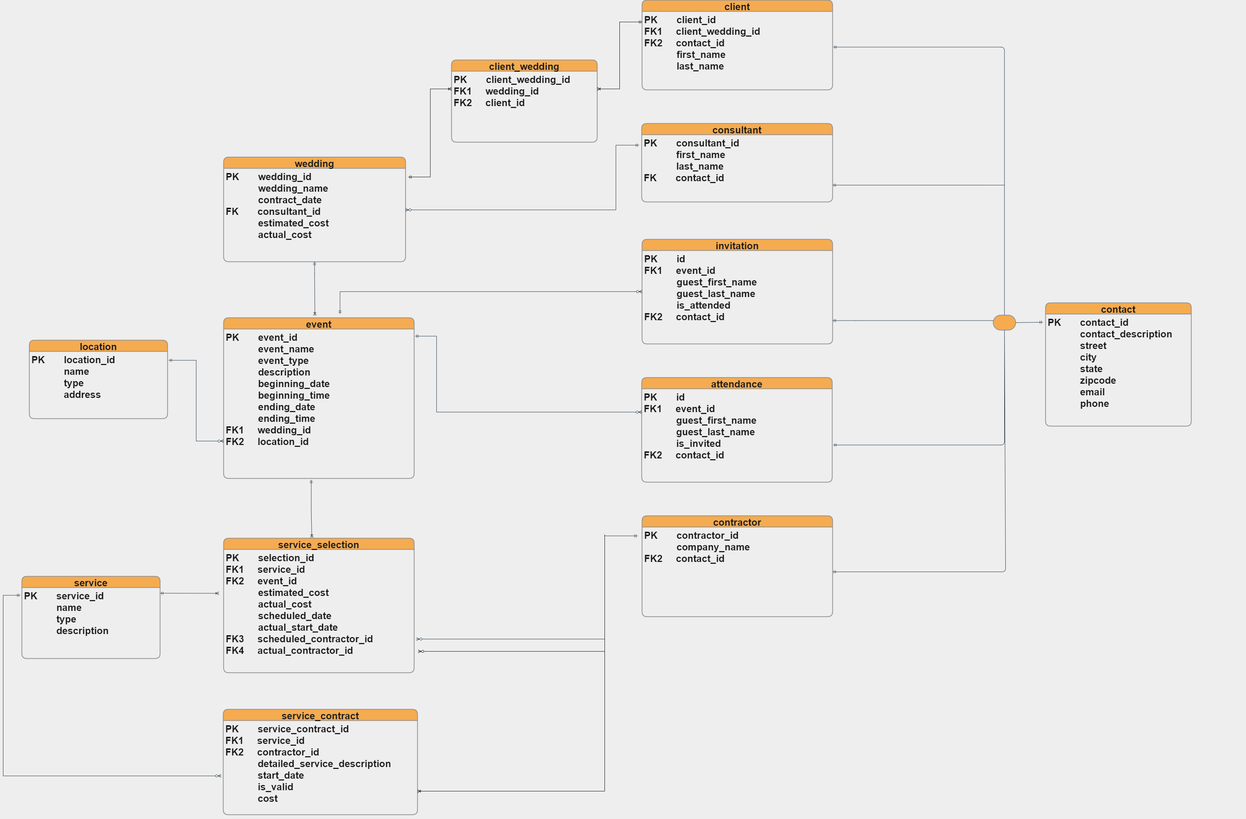
This is images/bigweddingv.png from KelvinJC/Enterprise-Data-Warehouse-Design, a draw.io export, as it was before one commit. Source tidied: cells renumbered, new cells last; positions are measured from the earlier drawing's top-left corner, leaving out a move shared by most shapes.
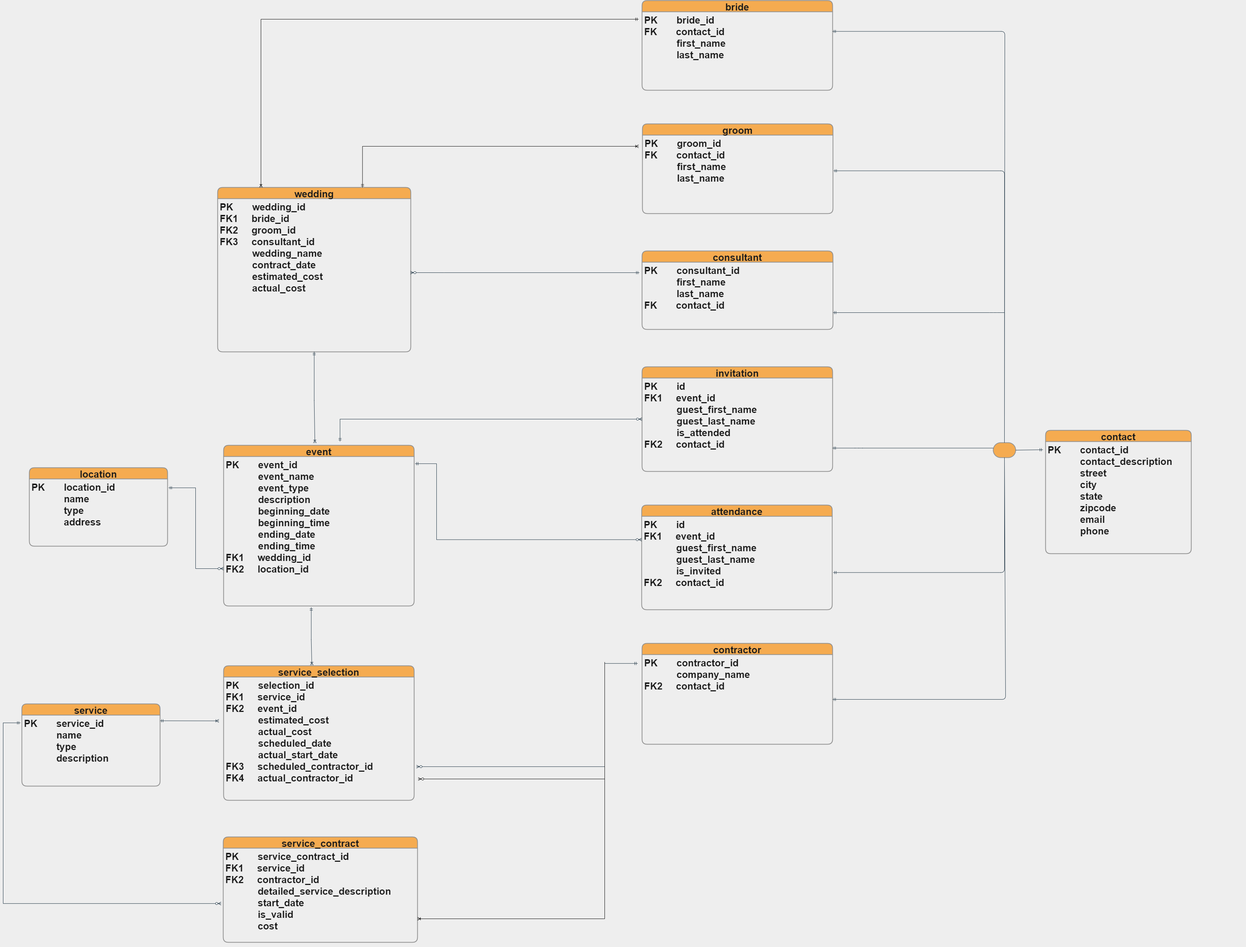
The same file after the commit.

Commit message:
added warehouse design, modified db erd

The edit, as a diff of the source:
```diff
@@ -93,10 +93,10 @@
       </mxGeometry>
     </mxCell>
     <mxCell id="24" value="wedding" style="swimlane;horizontal=1;startSize=30;rounded=1;fontSize=26;fontStyle=1;strokeWidth=2;shadow=0;dashed=0;align=center;fillColor=#F5AB50;strokeColor=#909090;fontColor=#1A1A1A;" parent="1" vertex="1">
-      <mxGeometry x="590" y="420" width="487" height="280" as="geometry" />
+      <mxGeometry x="574" y="160" width="517" height="440" as="geometry" />
     </mxCell>
-    <mxCell id="25" value="PK       wedding_id&#10;            wedding_name&#10;            contract_date&#10;FK       consultant_id&#10;            estimated_cost&#10;            actual_cost&#10;            &#10;            &#10;            &#10;        &#10;       " style="align=left;strokeColor=none;fillColor=none;spacingLeft=4;fontSize=26;verticalAlign=top;fontColor=#1A1A1A;fontStyle=1;" parent="24" vertex="1">
-      <mxGeometry y="30" width="487" height="250" as="geometry" />
+    <mxCell id="25" value="PK       wedding_id&#10;FK1     bride_id&#10;FK2     groom_id &#10;FK3     consultant_id&#10;            wedding_name&#10;            contract_date&#10;            estimated_cost&#10;            actual_cost&#10;            &#10;            &#10;            &#10;        &#10;       " style="align=left;strokeColor=none;fillColor=none;spacingLeft=4;fontSize=26;verticalAlign=top;fontColor=#1A1A1A;fontStyle=1;" parent="24" vertex="1">
+      <mxGeometry y="30" width="517" height="410" as="geometry" />
     </mxCell>
     <mxCell id="26" style="edgeStyle=elbowEdgeStyle;rounded=0;orthogonalLoop=1;jettySize=auto;html=1;exitX=0.75;exitY=1;exitDx=0;exitDy=0;" parent="24" edge="1" source="25" target="25">
       <mxGeometry relative="1" as="geometry" />
@@ -109,21 +109,17 @@
         </Array>
       </mxGeometry>
     </mxCell>
-    <mxCell id="28" value="client_wedding" style="swimlane;horizontal=1;startSize=30;rounded=1;fontSize=26;fontStyle=1;strokeWidth=2;shadow=0;dashed=0;align=center;fillColor=#F5AB50;strokeColor=#909090;fontColor=#1A1A1A;" parent="1" vertex="1">
-      <mxGeometry x="1200" y="160" width="390" height="220" as="geometry" />
-    </mxCell>
-    <mxCell id="29" value="PK       client_wedding_id&#10;FK1     wedding_id&#10;FK2     client_id           &#10;            &#10;        &#10;       " style="align=left;strokeColor=none;fillColor=none;spacingLeft=4;fontSize=26;verticalAlign=top;fontColor=#1A1A1A;fontStyle=1;" parent="28" vertex="1">
-      <mxGeometry y="30" width="390" height="190" as="geometry" />
-    </mxCell>
     <mxCell id="30" value="consultant" style="swimlane;horizontal=1;startSize=30;rounded=1;fontSize=26;fontStyle=1;strokeWidth=2;shadow=0;dashed=0;align=center;fillColor=#F5AB50;strokeColor=#909090;fontColor=#1A1A1A;" parent="1" vertex="1">
-      <mxGeometry x="1709" y="330" width="511" height="210" as="geometry" />
+      <mxGeometry x="1710" y="330" width="511" height="210" as="geometry" />
     </mxCell>
     <mxCell id="31" value="PK       consultant_id&#10;            first_name&#10;            last_name&#10;FK       contact_id&#10;            &#10;            &#10;            &#10;        &#10;       " style="align=left;strokeColor=none;fillColor=none;spacingLeft=4;fontSize=26;verticalAlign=top;fontColor=#1A1A1A;fontStyle=1;" parent="30" vertex="1">
       <mxGeometry y="30" width="511" height="180" as="geometry" />
     </mxCell>
-    <mxCell id="32" style="edgeStyle=elbowEdgeStyle;fontSize=26;html=1;endArrow=ERzeroToMany;startArrow=ERmandOne;rounded=0;entryX=1;entryY=0.445;entryDx=0;entryDy=0;exitX=-0.014;exitY=0.156;exitDx=0;exitDy=0;labelBackgroundColor=#EEEEEE;strokeColor=#182E3E;fontColor=#1A1A1A;fontStyle=1;exitPerimeter=0;entryPerimeter=0;" parent="1" edge="1" source="31" target="25">
+    <mxCell id="32" style="edgeStyle=elbowEdgeStyle;fontSize=26;html=1;endArrow=ERzeroToMany;startArrow=ERmandOne;rounded=0;exitX=-0.014;exitY=0.156;exitDx=0;exitDy=0;labelBackgroundColor=#EEEEEE;strokeColor=#182E3E;fontColor=#1A1A1A;fontStyle=1;exitPerimeter=0;" parent="1" edge="1" source="31">
       <mxGeometry relative="1" as="geometry">
+        <mxPoint x="1090" y="388" as="targetPoint" />
         <Array as="points">
+          <mxPoint x="1180" y="388" />
           <mxPoint x="1640" y="480" />
         </Array>
       </mxGeometry>
@@ -191,18 +187,21 @@
     <mxCell id="42" style="edgeStyle=elbowEdgeStyle;rounded=1;sketch=0;orthogonalLoop=1;jettySize=auto;html=1;exitX=0.75;exitY=1;exitDx=0;exitDy=0;fontColor=#1A1A1A;strokeColor=#182E3E;" parent="1" edge="1" source="36" target="36">
       <mxGeometry relative="1" as="geometry" />
     </mxCell>
-    <mxCell id="43" value="client" style="swimlane;horizontal=1;startSize=30;rounded=1;fontSize=26;fontStyle=1;strokeWidth=2;shadow=0;dashed=0;align=center;fillColor=#F5AB50;strokeColor=#909090;fontColor=#1A1A1A;" parent="1" vertex="1">
-      <mxGeometry x="1710" width="510" height="240" as="geometry" />
+    <mxCell id="43" value="groom" style="swimlane;horizontal=1;startSize=30;rounded=1;fontSize=26;fontStyle=1;strokeWidth=2;shadow=0;dashed=0;align=center;fillColor=#F5AB50;strokeColor=#909090;fontColor=#1A1A1A;" parent="1" vertex="1">
+      <mxGeometry x="1711" y="-10" width="510" height="240" as="geometry" />
     </mxCell>
-    <mxCell id="44" value="PK       client_id&#10;FK1     client_wedding_id&#10;FK2     contact_id           &#10;            first_name&#10;            last_name&#10;        &#10;       " style="align=left;strokeColor=none;fillColor=none;spacingLeft=4;fontSize=26;verticalAlign=top;fontColor=#1A1A1A;fontStyle=1;" parent="43" vertex="1">
+    <mxCell id="44" value="PK       groom_id&#10;FK       contact_id           &#10;            first_name&#10;            last_name&#10;        " style="align=left;strokeColor=none;fillColor=none;spacingLeft=4;fontSize=26;verticalAlign=top;fontColor=#1A1A1A;fontStyle=1;" parent="43" vertex="1">
       <mxGeometry y="30" width="510" height="210" as="geometry" />
     </mxCell>
-    <mxCell id="45" style="edgeStyle=elbowEdgeStyle;fontSize=12;html=1;endArrow=ERoneToMany;startArrow=ERmandOne;rounded=0;entryX=0;entryY=0.25;entryDx=0;entryDy=0;exitX=1.015;exitY=0.093;exitDx=0;exitDy=0;exitPerimeter=0;" parent="1" edge="1" source="25" target="29">
-      <mxGeometry relative="1" as="geometry" />
+    <mxCell id="45" style="edgeStyle=elbowEdgeStyle;fontSize=12;html=1;endArrow=ERoneToMany;startArrow=ERmandOne;rounded=0;exitX=-0.018;exitY=0.095;exitDx=0;exitDy=0;exitPerimeter=0;" parent="1" edge="1" source="52" target="24">
+      <mxGeometry relative="1" as="geometry">
+        <Array as="points">
+          <mxPoint x="690" />
+          <mxPoint x="920" y="180" />
+          <mxPoint x="1190" y="473" />
+        </Array>
+      </mxGeometry>
     </mxCell>
-    <mxCell id="46" style="edgeStyle=elbowEdgeStyle;fontSize=12;html=1;endArrow=ERoneToMany;startArrow=ERmandOne;rounded=0;exitX=0.001;exitY=0.135;exitDx=0;exitDy=0;entryX=1;entryY=0.25;entryDx=0;entryDy=0;exitPerimeter=0;" parent="1" edge="1" source="44" target="29">
-      <mxGeometry relative="1" as="geometry" />
-    </mxCell>
     <mxCell id="47" style="edgeStyle=elbowEdgeStyle;fontSize=12;html=1;endArrow=ERmandOne;rounded=1;sketch=0;fontColor=#1A1A1A;strokeColor=#182E3E;entryX=1.003;entryY=0.455;entryDx=0;entryDy=0;entryPerimeter=0;" parent="1" edge="1" source="36" target="44">
       <mxGeometry relative="1" as="geometry">
         <Array as="points">
@@ -236,5 +235,27 @@
         </Array>
       </mxGeometry>
     </mxCell>
+    <mxCell id="51" value="bride" style="swimlane;horizontal=1;startSize=30;rounded=1;fontSize=26;fontStyle=1;strokeWidth=2;shadow=0;dashed=0;align=center;fillColor=#F5AB50;strokeColor=#909090;fontColor=#1A1A1A;" parent="1" vertex="1">
+      <mxGeometry x="1710" y="-340" width="510" height="240" as="geometry" />
+    </mxCell>
+    <mxCell id="52" value="PK       bride_id&#10;FK       contact_id           &#10;            first_name&#10;            last_name&#10;        &#10;       " style="align=left;strokeColor=none;fillColor=none;spacingLeft=4;fontSize=26;verticalAlign=top;fontColor=#1A1A1A;fontStyle=1;" parent="51" vertex="1">
+      <mxGeometry y="30" width="510" height="210" as="geometry" />
+    </mxCell>
+    <mxCell id="53" style="edgeStyle=elbowEdgeStyle;fontSize=12;html=1;endArrow=ERoneToMany;startArrow=ERmandOne;rounded=0;elbow=vertical;exitX=0.75;exitY=0;exitDx=0;exitDy=0;entryX=-0.02;entryY=0.143;entryDx=0;entryDy=0;entryPerimeter=0;" parent="1" edge="1" source="24" target="44">
+      <mxGeometry relative="1" as="geometry">
+        <Array as="points">
+          <mxPoint x="1330" y="50" />
+          <mxPoint x="1290" y="20" />
+        </Array>
+      </mxGeometry>
+    </mxCell>
+    <mxCell id="54" style="edgeStyle=elbowEdgeStyle;fontSize=12;html=1;endArrow=ERmandOne;rounded=1;sketch=0;fontColor=#1A1A1A;strokeColor=#182E3E;exitX=0.5;exitY=0;exitDx=0;exitDy=0;entryX=1;entryY=0.25;entryDx=0;entryDy=0;" parent="1" edge="1" source="36" target="52">
+      <mxGeometry relative="1" as="geometry">
+        <Array as="points">
+          <mxPoint x="2681" y="321" />
+          <mxPoint x="3281" y="191" />
+        </Array>
+      </mxGeometry>
+    </mxCell>
   </root>
 </mxGraphModel>
```
